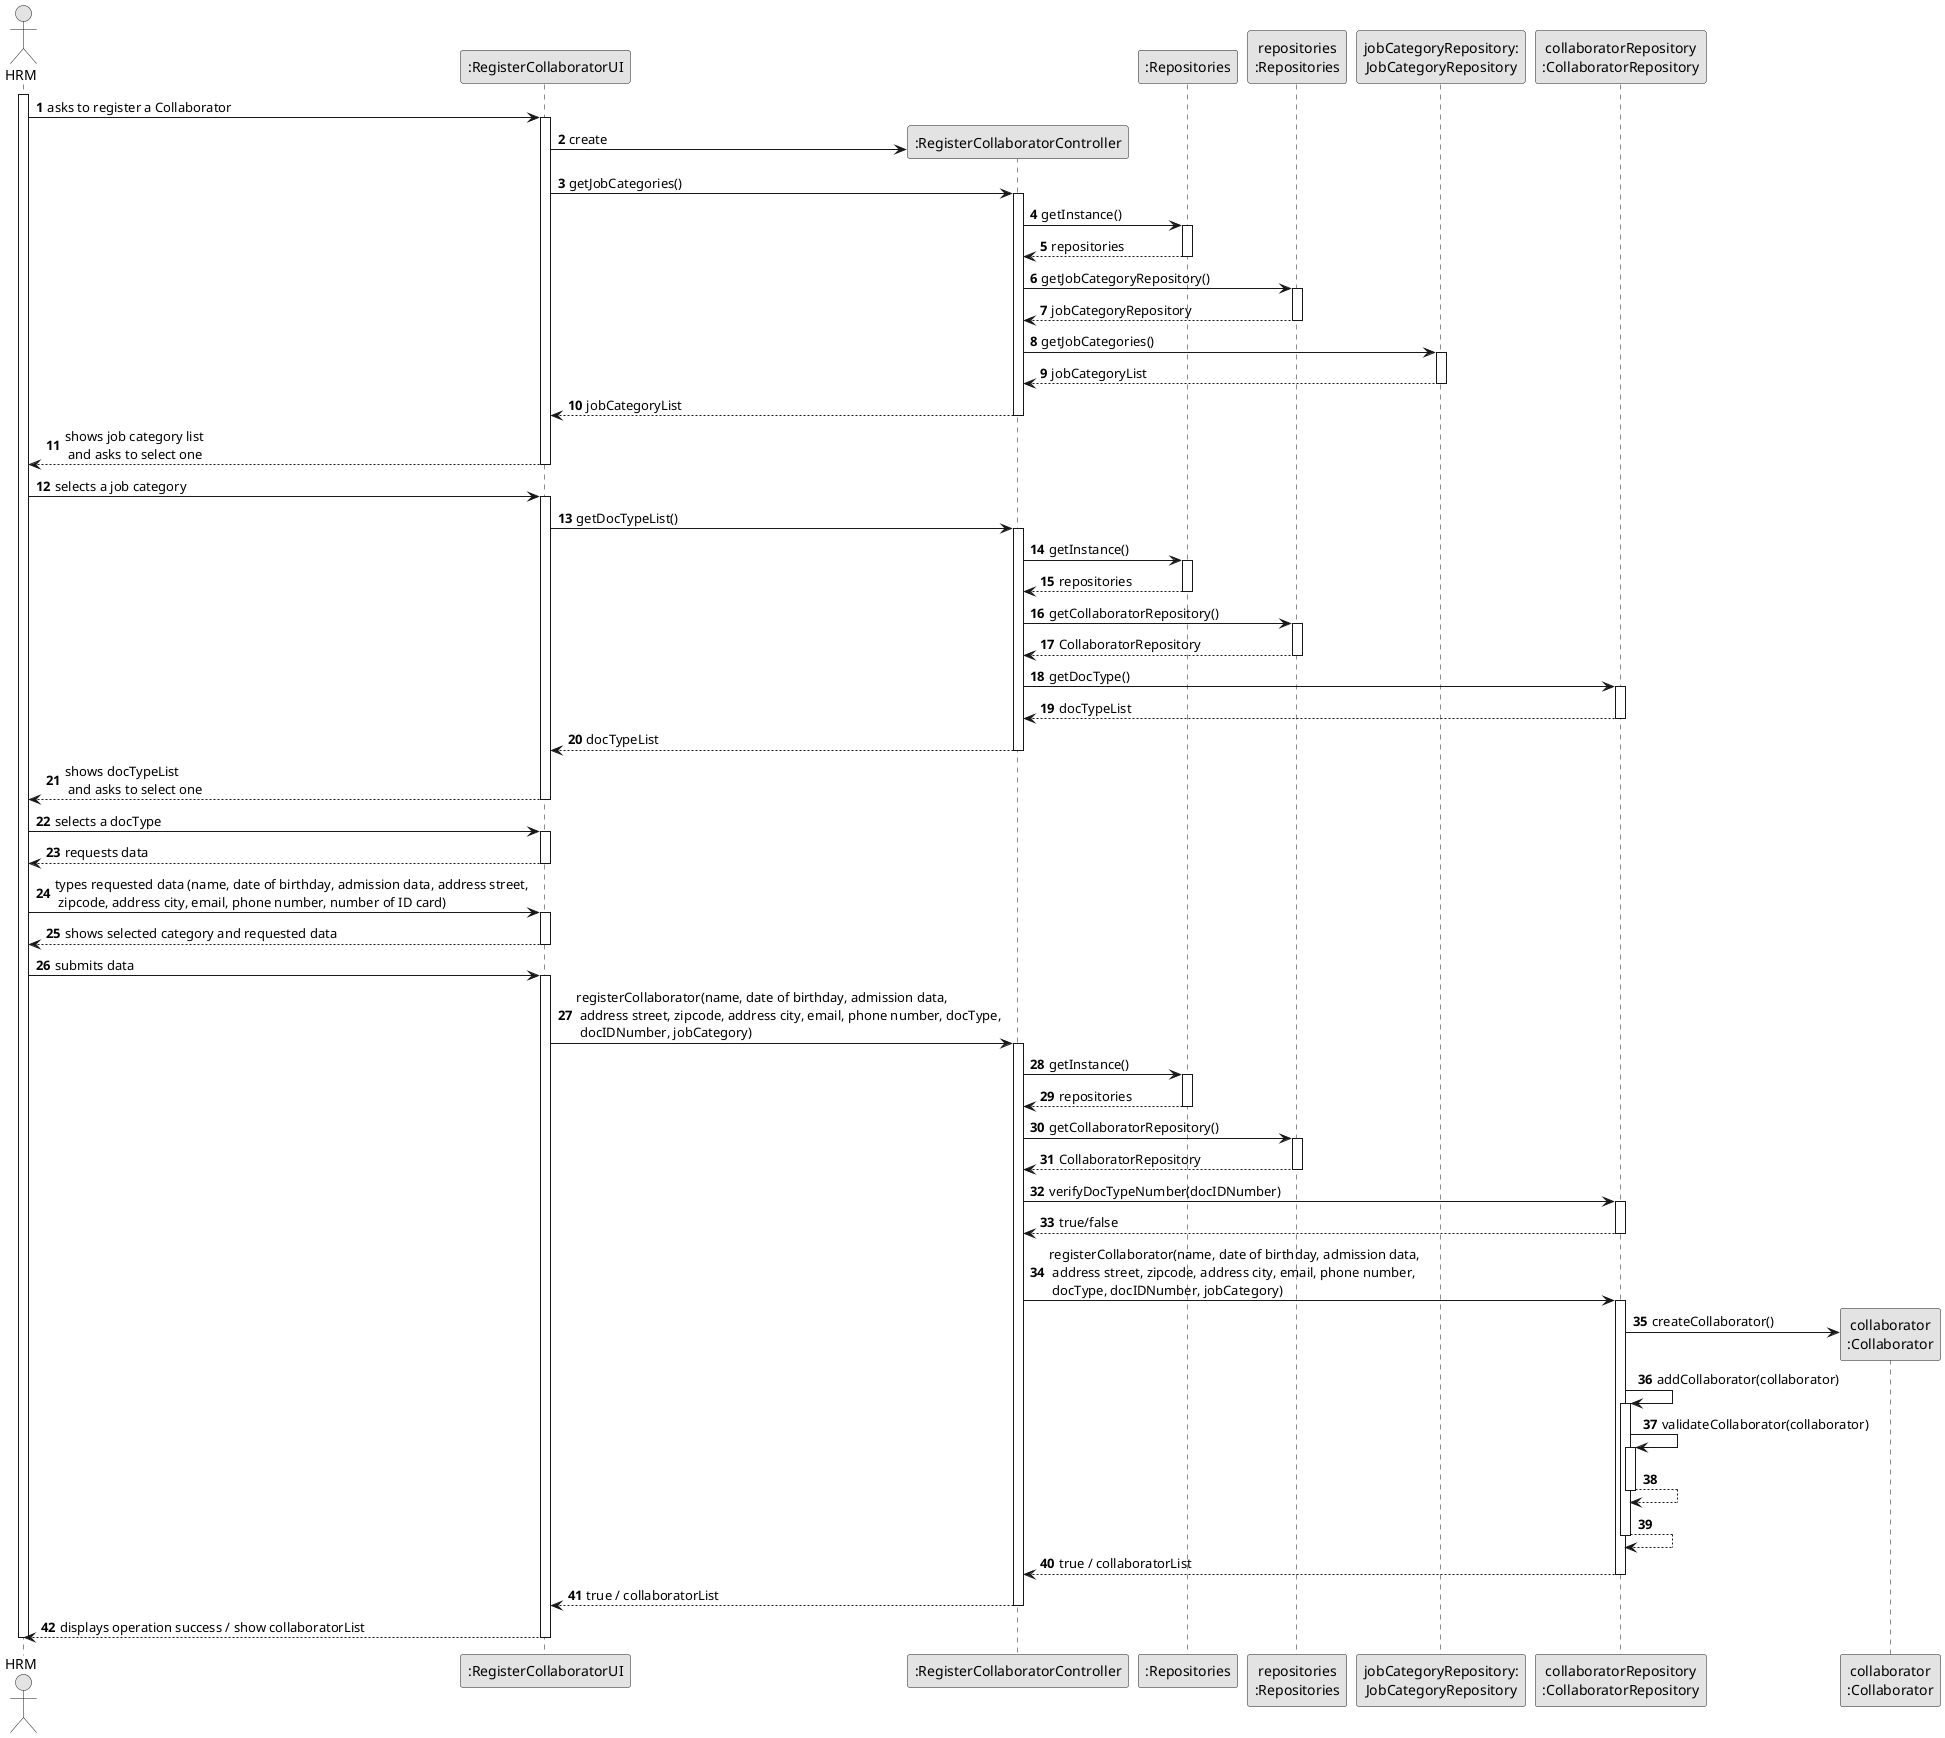
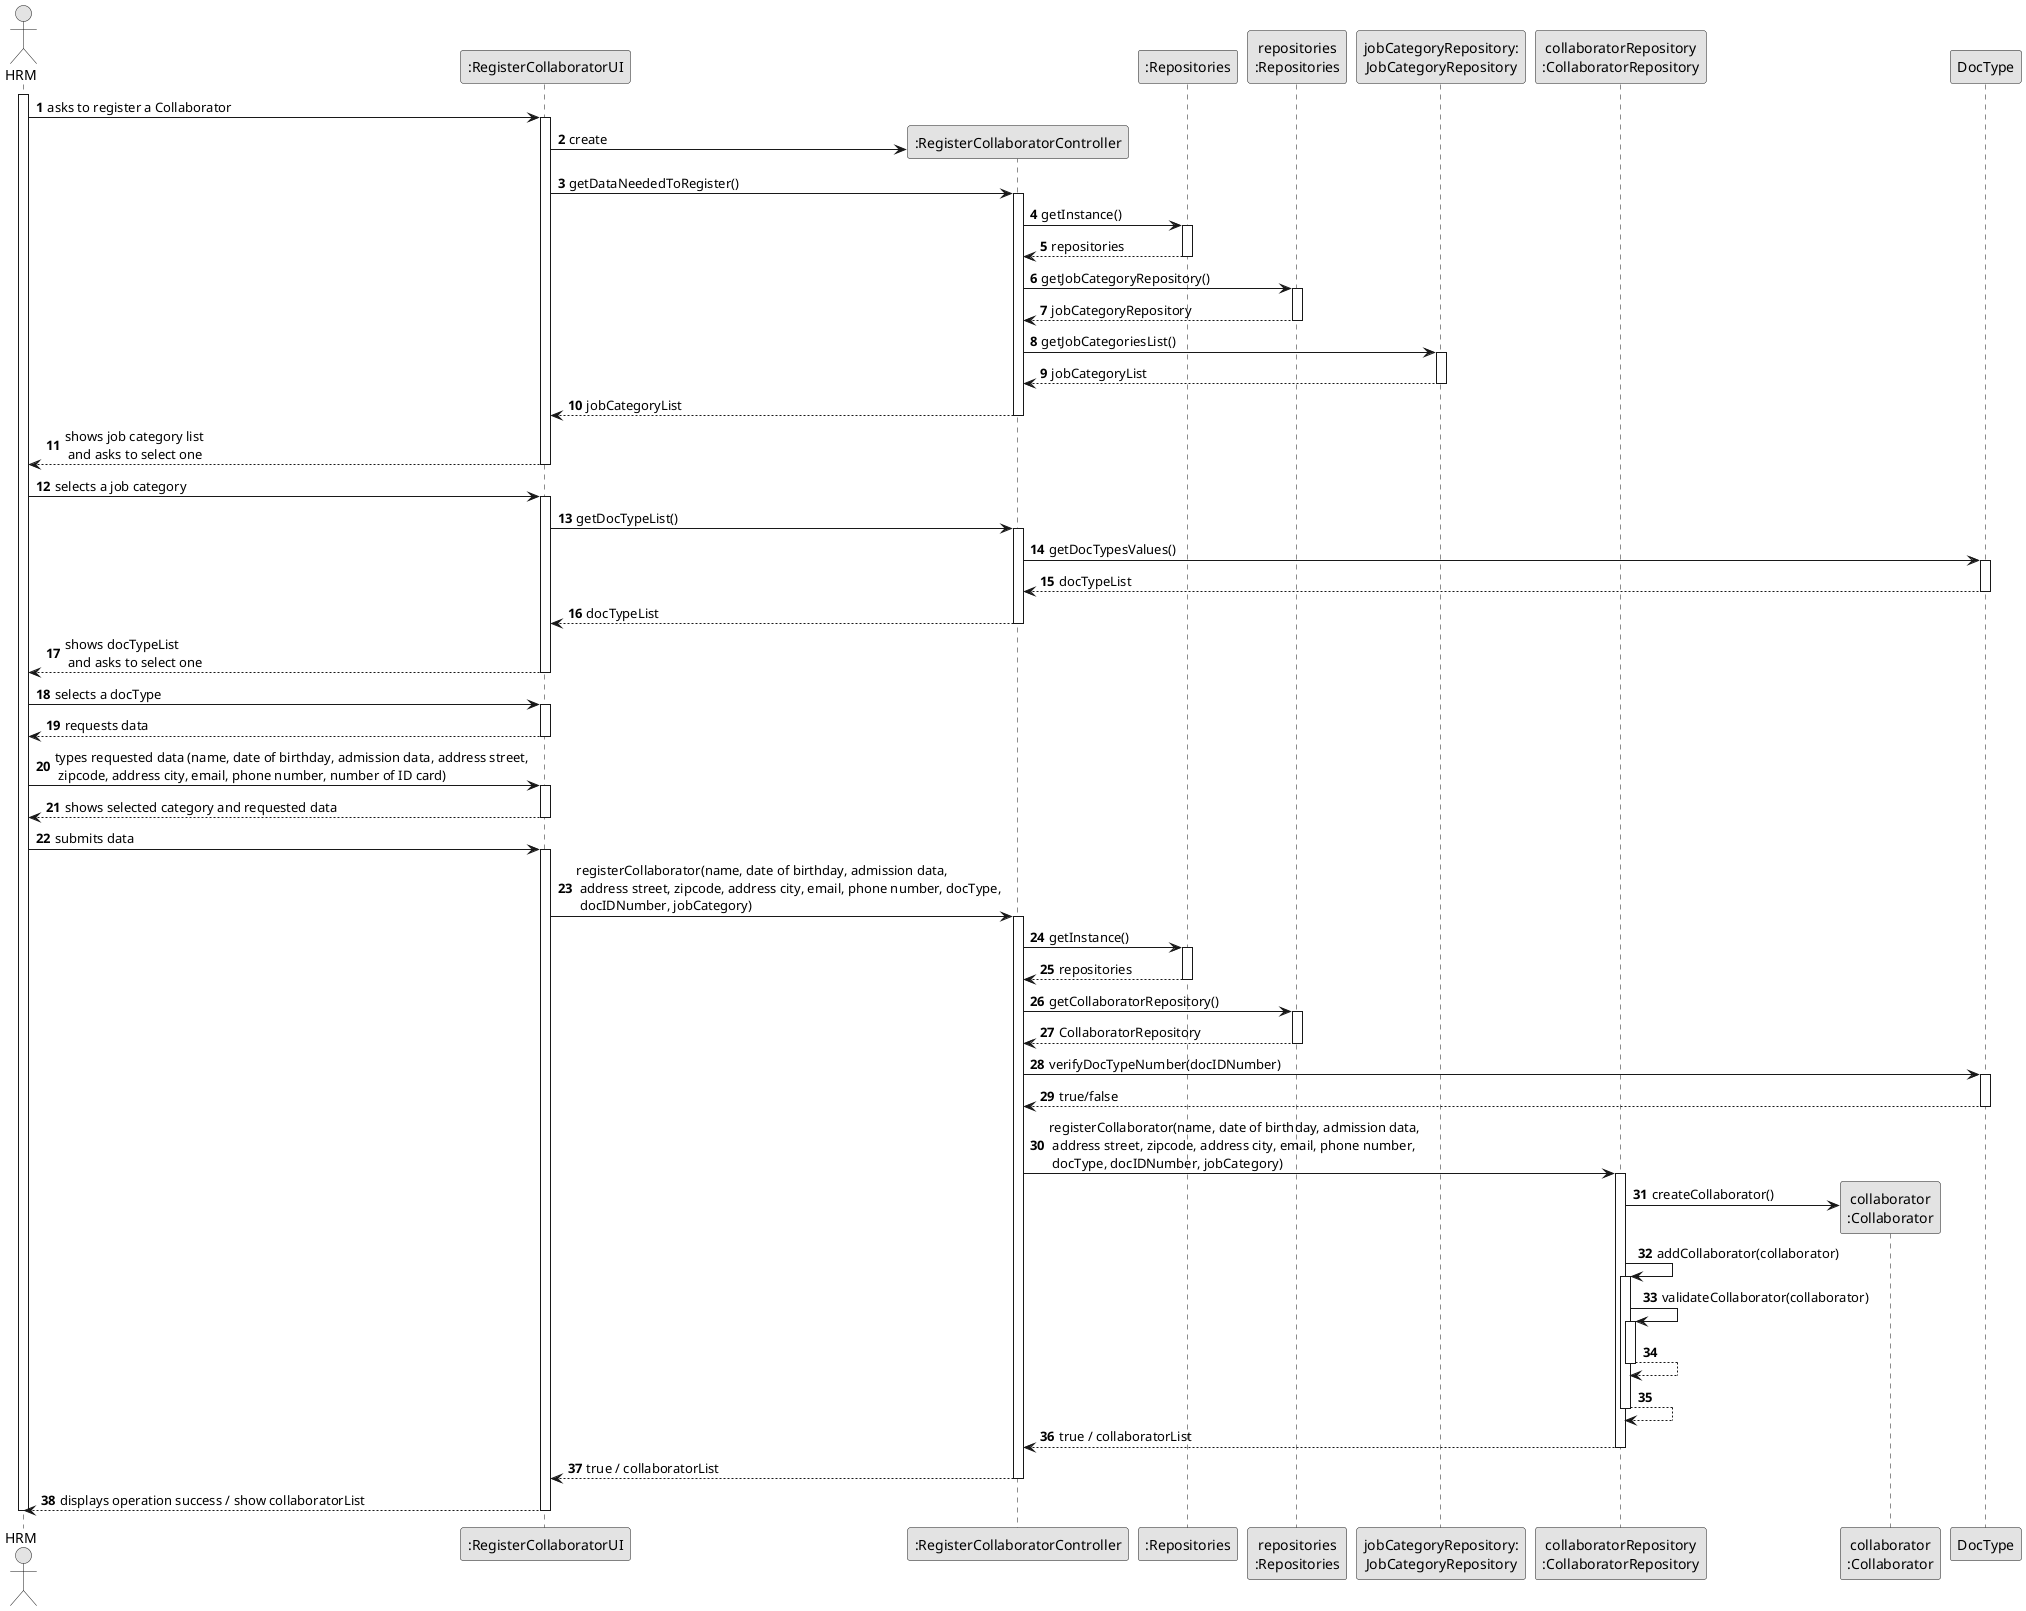
@startuml
skinparam monochrome true
skinparam packageStyle rectangle
skinparam shadowing false

autonumber

'hide footbox
actor "HRM" as HRM
participant ":RegisterCollaboratorUI" as UI
participant ":RegisterCollaboratorController" as CTRL
participant ":Repositories" as RepositorySingleton
participant "repositories\n:Repositories" as PLAT
participant "jobCategoryRepository:\nJobCategoryRepository" as JobCategoryRepository
participant "collaboratorRepository\n:CollaboratorRepository" as CollaboratorRepository
participant "collaborator\n:Collaborator" as Collaborator

activate HRM

        HRM -> UI : asks to register a Collaborator

        activate UI

'            UI --> HRM : requests data (reference, description,  informal \n description, technical description, duration, cost)
            'create CTRL
            UI -> CTRL** : create

-             UI -> CTRL : getJobCategories()
+             UI -> CTRL : getDataNeededToRegister()
            activate CTRL

                CTRL -> RepositorySingleton : getInstance()
                activate RepositorySingleton

                    RepositorySingleton --> CTRL: repositories
                deactivate RepositorySingleton

                CTRL -> PLAT : getJobCategoryRepository()
                activate PLAT

                    PLAT --> CTRL: jobCategoryRepository
                deactivate PLAT

-                 CTRL -> JobCategoryRepository : getJobCategories()
+                 CTRL -> JobCategoryRepository : getJobCategoriesList()
                activate JobCategoryRepository

                    JobCategoryRepository --> CTRL : jobCategoryList
                deactivate JobCategoryRepository
+ 
+ 
+ 
+ 
+ 
+ 

                CTRL --> UI : jobCategoryList
            deactivate CTRL

            UI --> HRM : shows job category list\n and asks to select one
        deactivate UI

    HRM -> UI : selects a job category
    activate UI






    UI -> CTRL : getDocTypeList()
                activate CTRL

-                     CTRL -> RepositorySingleton : getInstance()
-                     activate RepositorySingleton
+                  CTRL -> DocType : getDocTypesValues()
+                                  activate DocType

-                         RepositorySingleton --> CTRL: repositories
-                     deactivate RepositorySingleton
- 
-                     CTRL -> PLAT : getCollaboratorRepository()
-                     activate PLAT
- 
-                         PLAT --> CTRL: CollaboratorRepository
-                     deactivate PLAT
- 
-                     CTRL -> CollaboratorRepository : getDocType()
-                     activate CollaboratorRepository
- 
-                         CollaboratorRepository --> CTRL : docTypeList
-                     deactivate CollaboratorRepository
+                                     DocType --> CTRL : docTypeList
+                                     deactivate DocType

    CTRL --> UI : docTypeList
    deactivate CTRL



    UI --> HRM : shows docTypeList\n and asks to select one
    deactivate UI

    HRM -> UI : selects a docType
    activate UI


    UI --> HRM : requests data
    deactivate UI








    HRM -> UI : types requested data (name, date of birthday, admission data, address street,\n zipcode, address city, email, phone number, number of ID card)
    activate UI

+ 
+ 
        UI --> HRM : shows selected category and requested data
    deactivate UI

    HRM -> UI : submits data
    activate UI

        UI -> CTRL : registerCollaborator(name, date of birthday, admission data,\n address street, zipcode, address city, email, phone number, docType,\n docIDNumber, jobCategory)
        activate CTRL


                            CTRL -> RepositorySingleton : getInstance()
                            activate RepositorySingleton

                                RepositorySingleton --> CTRL: repositories
                            deactivate RepositorySingleton

                            CTRL -> PLAT : getCollaboratorRepository()
                            activate PLAT

                                PLAT --> CTRL: CollaboratorRepository
                            deactivate PLAT

-                             CTRL -> CollaboratorRepository : verifyDocTypeNumber(docIDNumber)
-                             activate CollaboratorRepository
+                             CTRL -> DocType : verifyDocTypeNumber(docIDNumber)
+                             activate DocType

-                                 CollaboratorRepository --> CTRL : true/false
-                             deactivate CollaboratorRepository
+                                 DocType --> CTRL : true/false
+                             deactivate DocType



            CTRL -> CollaboratorRepository: registerCollaborator(name, date of birthday, admission data,\n address street, zipcode, address city, email, phone number,\n docType, docIDNumber, jobCategory)
            activate CollaboratorRepository

                CollaboratorRepository -> Collaborator**: createCollaborator()
                CollaboratorRepository -> CollaboratorRepository: addCollaborator(collaborator)


                activate CollaboratorRepository
                    CollaboratorRepository -> CollaboratorRepository: validateCollaborator(collaborator)
                    activate CollaboratorRepository
                        CollaboratorRepository --> CollaboratorRepository
                    deactivate CollaboratorRepository

                    CollaboratorRepository --> CollaboratorRepository
                deactivate CollaboratorRepository

                CollaboratorRepository --> CTRL : true / collaboratorList

            deactivate CollaboratorRepository

            CTRL --> UI: true / collaboratorList
            deactivate CTRL
            UI --> HRM : displays operation success / show collaboratorList
    deactivate UI

deactivate HRM

@enduml